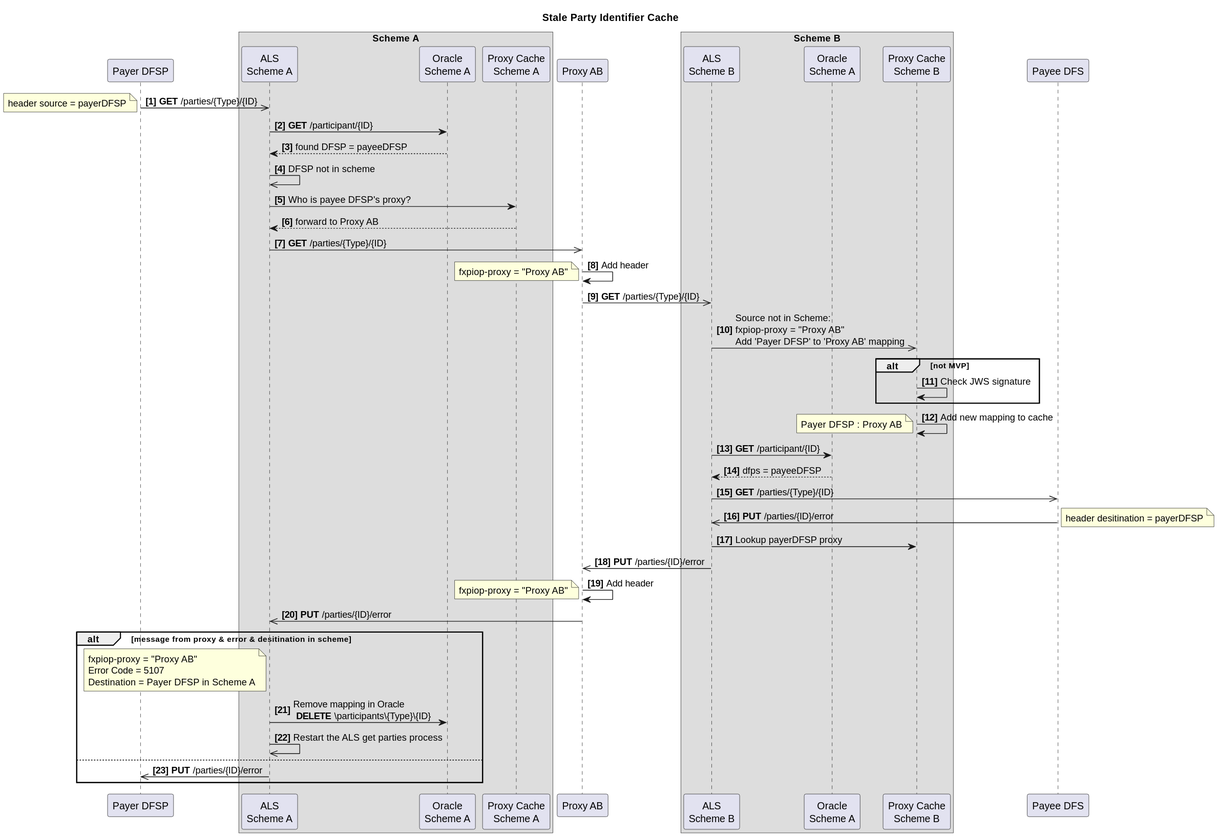
Before: docs/product/features/Interscheme/Interscheme - Stale Party Identifier Cache.svg, a diagram exported from PlantUML (mojaloop/documentation).
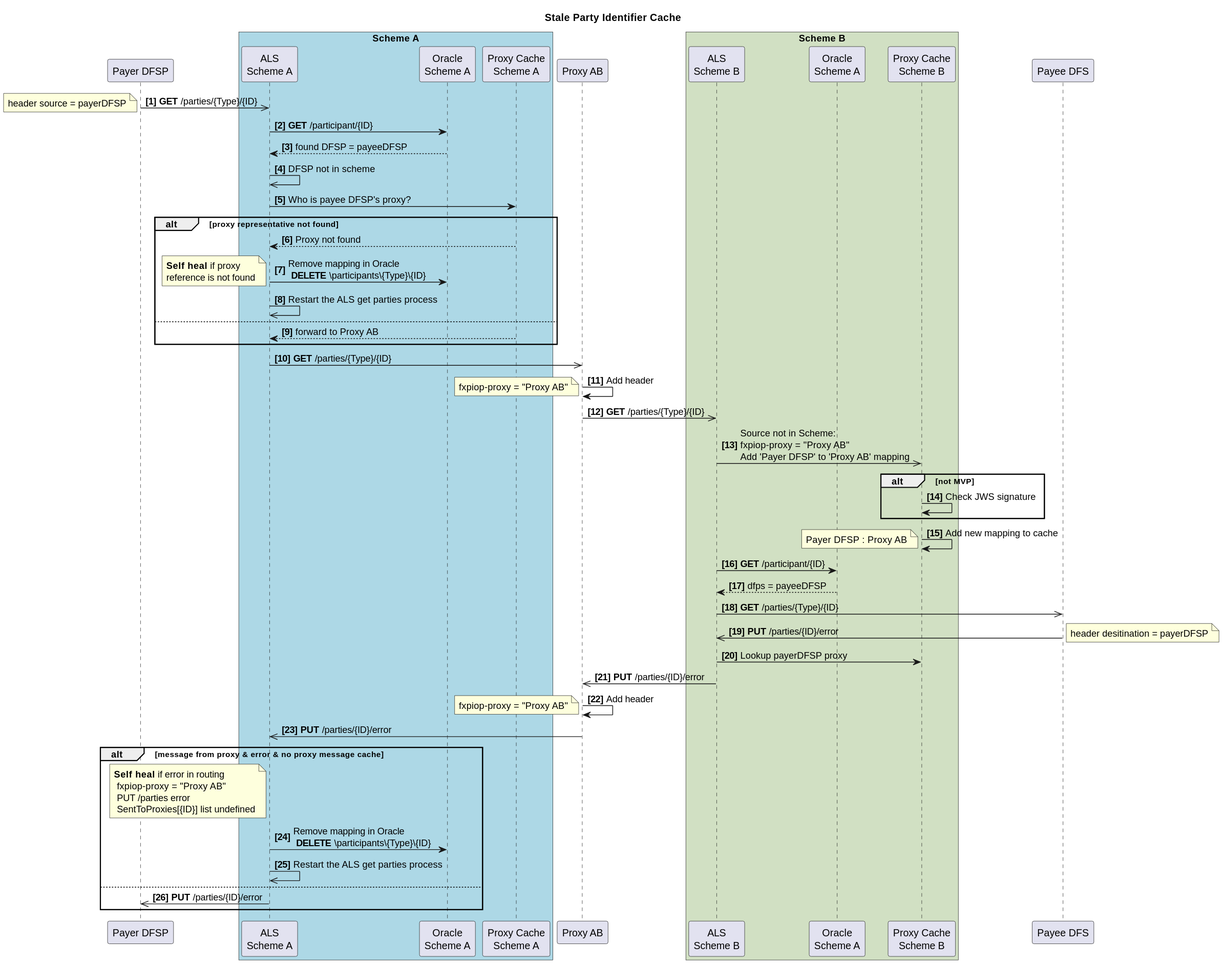
The same file after the commit.

What changed in the source:
```diff
@@ -2,13 +2,13 @@
 title Stale Party Identifier Cache
 
 participant "Payer DFSP" as payerDFSP
-box "Scheme A"
+box "Scheme A" #LightBlue
     participant "ALS\nScheme A" as ALS_A
     participant "Oracle\nScheme A" as Oracle_A
     participant "Proxy Cache\nScheme A" as pc_A
 end box
 participant "Proxy AB" as xnp
-box "Scheme B"
+box "Scheme B" #d1e0c3
     participant "ALS\nScheme B" as ALS_B
     participant "Oracle\nScheme A" as Oracle_B
     participant "Proxy Cache\nScheme B" as pc_B
@@ -26,7 +26,18 @@
   Oracle_A--> ALS_A: found DFSP = payeeDFSP
   ALS_A ->> ALS_A: DFSP not in scheme
   ALS_A -> pc_A: Who is payee DFSP's proxy?
+  alt proxy representative not found
+  pc_A --> ALS_A: Proxy not found
+  ALS_A -> Oracle_A: Remove mapping in Oracle\n **DELETE** \participants\{Type}\{ID}
+  note left
+  **Self heal** if proxy
+  reference is not found
+  end note
+  ALS_A ->> ALS_A: Restart the ALS get parties process
+  else
   pc_A --> ALS_A: forward to Proxy AB
+  end
+
   ALS_A ->> xnp: **GET** /parties/{Type}/{ID}
     xnp->xnp: Add header
     note left
@@ -56,11 +67,12 @@
     fxpiop-proxy = "Proxy AB"
     end note
   xnp ->> ALS_A: **PUT** /parties/{ID}/error
-  alt message from proxy & error & desitination in scheme
+  alt message from proxy & error & no proxy message cache
   note left ALS_A
-  fxpiop-proxy = "Proxy AB"
-  Error Code = 5107
-  Destination = Payer DFSP in Scheme A
+   **Self heal** if error in routing
+    fxpiop-proxy = "Proxy AB"
+    PUT /parties error
+    SentToProxies[{ID}] list undefined
   end note
   ALS_A -> Oracle_A: Remove mapping in Oracle\n **DELETE** \participants\{Type}\{ID}
   ALS_A ->> ALS_A: Restart the ALS get parties process
```
